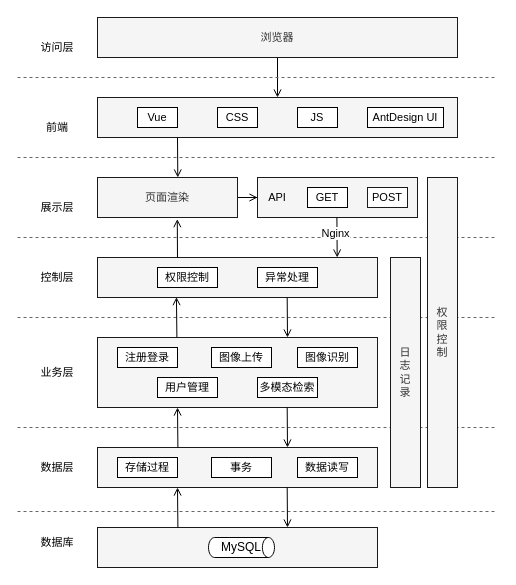
Before: page "图4.2 系统架构设计" (2 of 5) of word/第4章/第四章.drawio in ssl1995/imooc-wiki, a draw.io diagram. Source tidied: cells renumbered, new cells numbered last; positions are measured from the earlier drawing's top-left corner, leaving out a move shared by most shapes. Both pictures are drawn from the tidied source at 100%, with x=0, y=0 at pixel (17, 17).
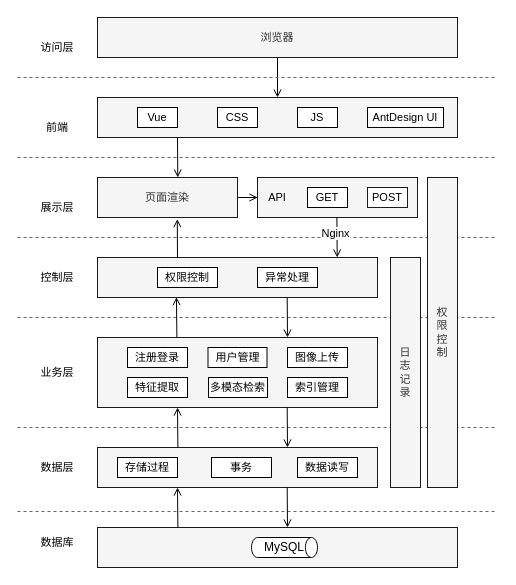
After the change.

The edit, as a diff of the source:
```diff
@@
     <mxCell id="30" value="注册登录" style="rounded=0;whiteSpace=wrap;html=1;fontSize=11;" parent="1" vertex="1">
-      <mxGeometry x="100" y="330" width="60" height="20" as="geometry" />
+      <mxGeometry x="110" y="330" width="60" height="20" as="geometry" />
     </mxCell>
-    <mxCell id="31" value="图像上传" style="rounded=0;whiteSpace=wrap;html=1;fontSize=11;" parent="1" vertex="1">
-      <mxGeometry x="194" y="330" width="60" height="20" as="geometry" />
+    <mxCell id="31" value="用户管理" style="rounded=0;whiteSpace=wrap;html=1;fontSize=11;" parent="1" vertex="1">
+      <mxGeometry x="190.5" y="330" width="59" height="20" as="geometry" />
     </mxCell>
-    <mxCell id="32" value="图像识别" style="rounded=0;whiteSpace=wrap;html=1;fontSize=11;" parent="1" vertex="1">
-      <mxGeometry x="280" y="330" width="60" height="20" as="geometry" />
+    <mxCell id="32" value="图像上传" style="rounded=0;whiteSpace=wrap;html=1;fontSize=11;" parent="1" vertex="1">
+      <mxGeometry x="270" y="330" width="60" height="20" as="geometry" />
     </mxCell>
     <mxCell id="33" value="多模态检索" style="rounded=0;whiteSpace=wrap;html=1;fontSize=11;" parent="1" vertex="1">
-      <mxGeometry x="240" y="360" width="60" height="20" as="geometry" />
+      <mxGeometry x="191" y="360" width="59" height="20" as="geometry" />
     </mxCell>
-    <mxCell id="34" value="用户管理" style="rounded=0;whiteSpace=wrap;html=1;fontSize=11;" parent="1" vertex="1">
-      <mxGeometry x="140" y="360" width="60" height="20" as="geometry" />
+    <mxCell id="34" value="特征提取" style="rounded=0;whiteSpace=wrap;html=1;fontSize=11;" parent="1" vertex="1">
+      <mxGeometry x="110" y="360" width="60" height="20" as="geometry" />
     </mxCell>
@@
     <mxCell id="43" style="rounded=0;whiteSpace=wrap;html=1;fontSize=11;fillColor=#f5f5f5;fontColor=#333333;strokeColor=#1A1A1A;" parent="1" vertex="1">
-      <mxGeometry x="80" y="510" width="280" height="40" as="geometry" />
+      <mxGeometry x="80" y="510" width="360" height="40" as="geometry" />
     </mxCell>
     <mxCell id="44" value="MySQL" style="strokeWidth=1;html=1;shape=mxgraph.flowchart.direct_data;whiteSpace=wrap;" parent="1" vertex="1">
-      <mxGeometry x="191" y="520" width="66" height="20" as="geometry" />
+      <mxGeometry x="234" y="520" width="66" height="20" as="geometry" />
     </mxCell>
@@
+    <mxCell id="55" value="索引管理" style="rounded=0;whiteSpace=wrap;html=1;fontSize=11;" parent="1" vertex="1">
+      <mxGeometry x="270" y="360" width="60" height="20" as="geometry" />
+    </mxCell>
```
